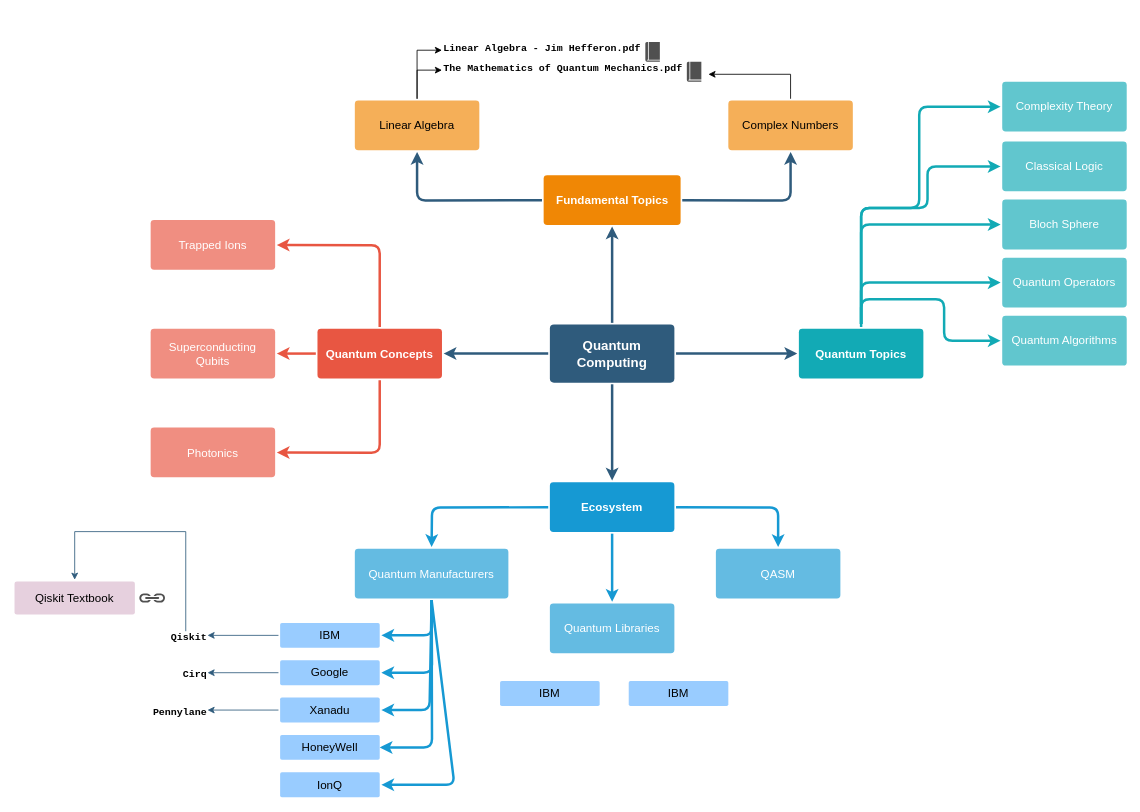
Before: quantum_roadmap.drawio in pablomateo/quantum_computing_learning_stack, a draw.io diagram. Source tidied: cells renumbered, new cells numbered last; positions are measured from the earlier drawing's top-left corner, leaving out a move shared by most shapes. Both pictures are drawn from the tidied source at 83%, with x=0, y=0 at pixel (14, 42).
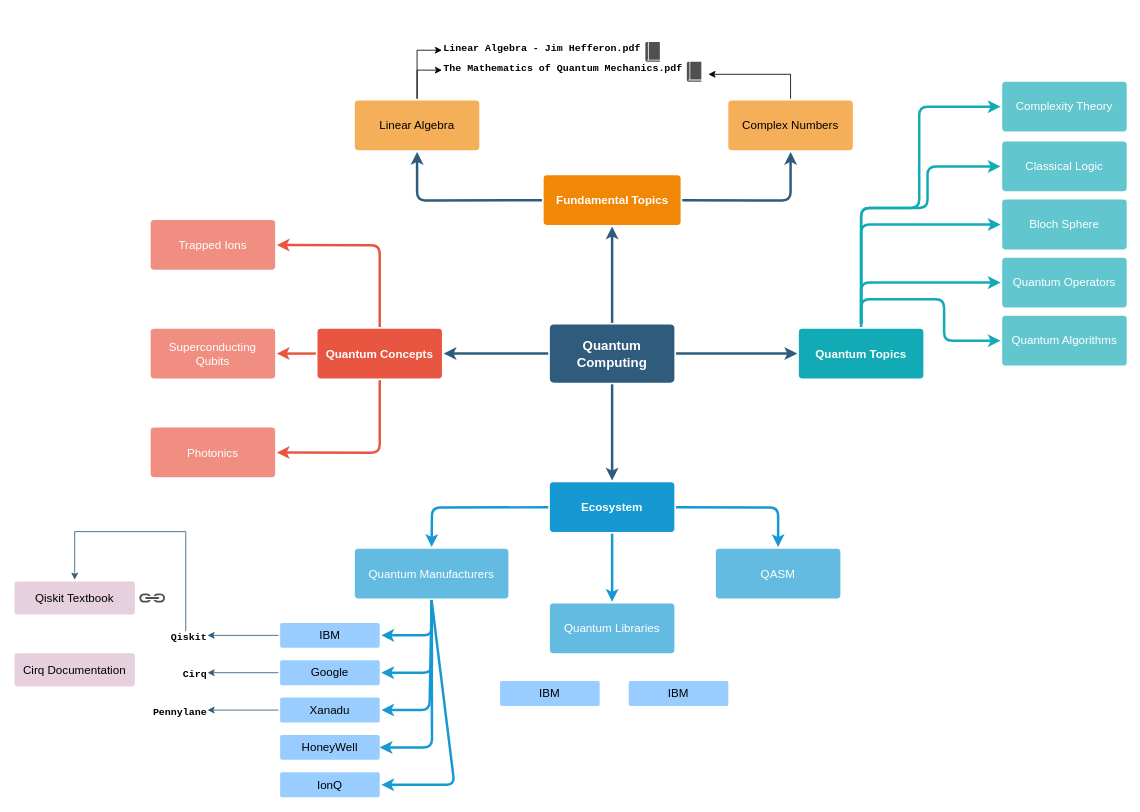
Above is the later version.

What changed in the source:
```diff
@@
+    <mxCell id="65" value="&lt;font color=&quot;#000000&quot;&gt;Cirq Documentation&lt;/font&gt;" style="rounded=1;whiteSpace=wrap;html=1;shadow=0;labelBackgroundColor=none;strokeColor=none;strokeWidth=3;fillColor=#E6D0DE;fontFamily=Helvetica;fontSize=14;fontColor=#FFFFFF;align=center;spacing=5;arcSize=7;perimeterSpacing=2;" parent="1" vertex="1">
+      <mxGeometry y="736.5" width="145" height="40" as="geometry" />
+    </mxCell>
```
